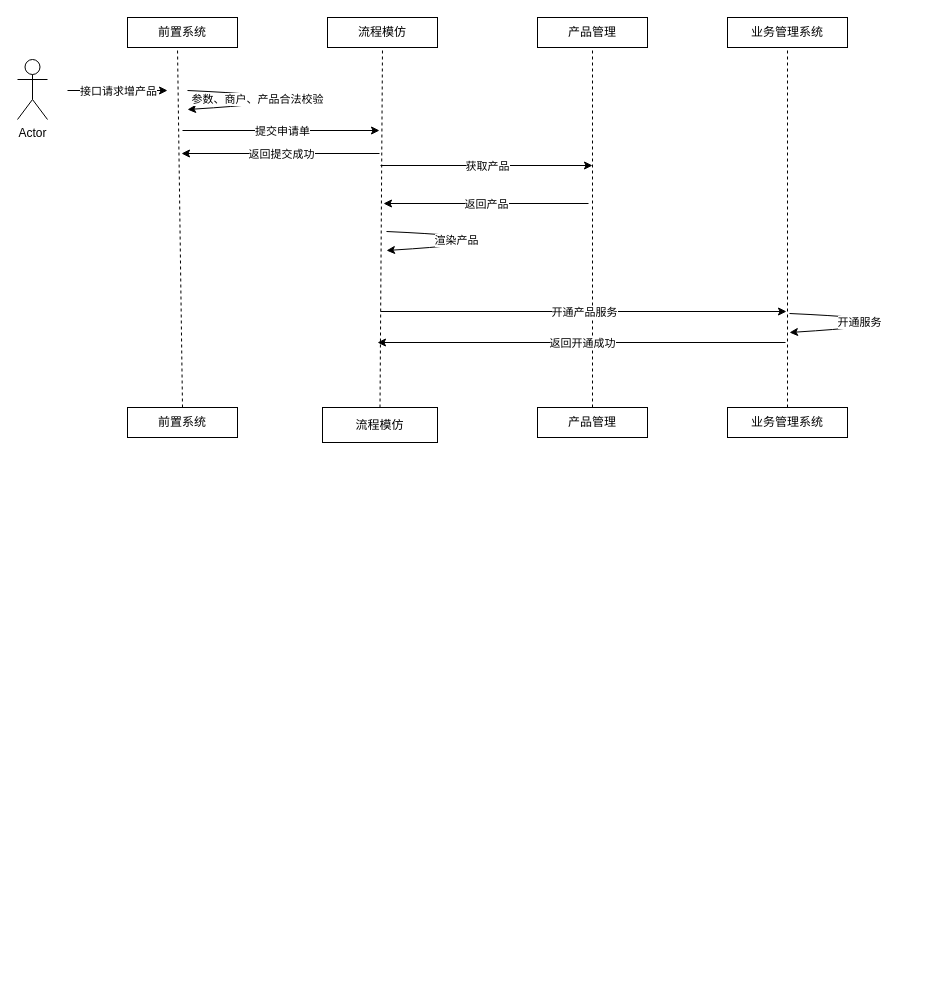
fengyong7723131/work keeps this draw.io diagram as page "时序图" (1 of 4) of 0类产品.drawio. Above is the earlier version. Source tidied: cells renumbered, new cells numbered last; positions are measured from the earlier drawing's top-left corner, leaving out a move shared by most shapes. Both pictures are drawn from the tidied source at 100%, with x=0, y=0 at pixel (17, 17).
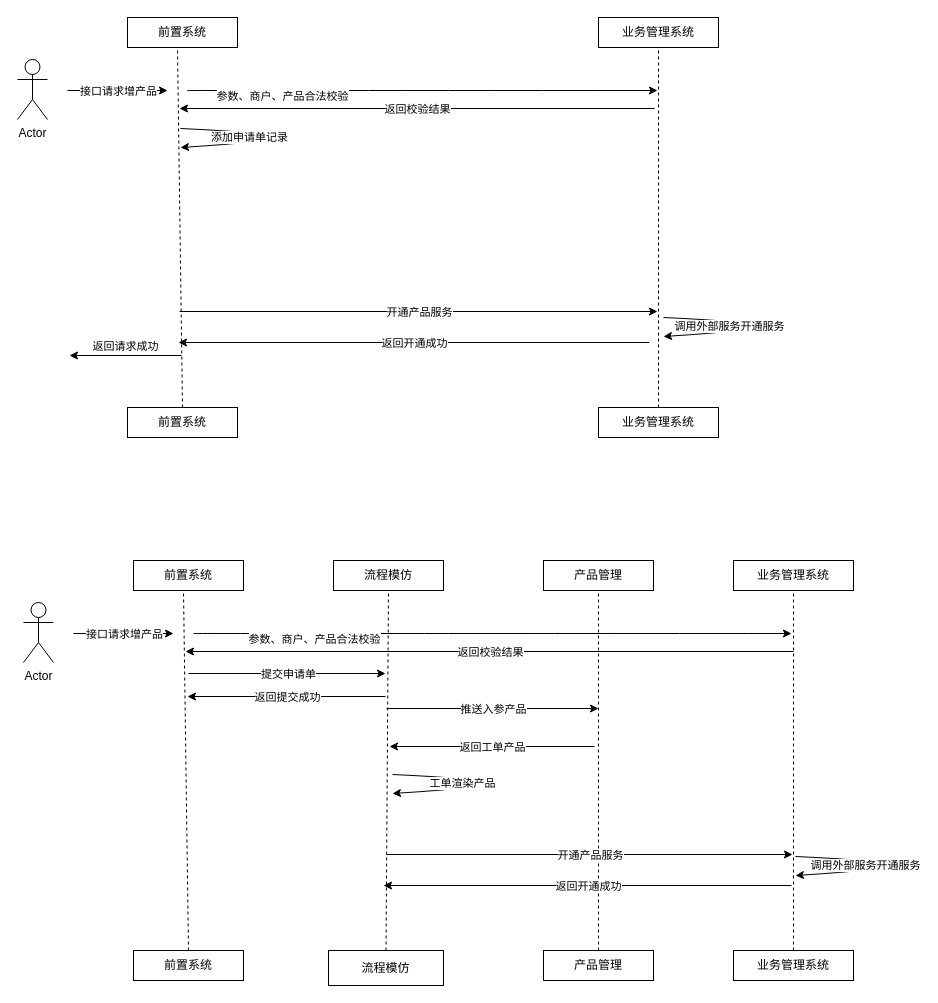
Above is the later version.

Commit message:
更新0类产品.drawio

What changed in the source:
```diff
@@
-    <mxCell id="2" value="流程模仿" style="rounded=0;whiteSpace=wrap;html=1;" parent="1" vertex="1">
-      <mxGeometry x="310" width="110" height="30" as="geometry" />
-    </mxCell>
-    <mxCell id="3" value="流程模仿" style="whiteSpace=wrap;html=1;rounded=0;" parent="1" vertex="1">
-      <mxGeometry x="305" y="390" width="115" height="35" as="geometry" />
-    </mxCell>
@@
-    <mxCell id="7" style="endArrow=none;dashed=1;html=1;entryX=0.5;entryY=1;entryDx=0;entryDy=0;exitX=0.5;exitY=0;exitDx=0;exitDy=0;" parent="1" edge="1" source="3" target="2">
-      <mxGeometry relative="1" as="geometry" />
-    </mxCell>
     <mxCell id="8" value="业务管理系统" style="rounded=0;whiteSpace=wrap;html=1;" parent="1" vertex="1">
-      <mxGeometry x="710" width="120" height="30" as="geometry" />
+      <mxGeometry x="581" width="120" height="30" as="geometry" />
     </mxCell>
     <mxCell id="9" value="业务管理系统" style="rounded=0;whiteSpace=wrap;html=1;" parent="1" vertex="1">
-      <mxGeometry x="710" y="390" width="120" height="30" as="geometry" />
+      <mxGeometry x="581" y="390" width="120" height="30" as="geometry" />
     </mxCell>
@@
-    <mxCell id="11" value="产品管理" style="rounded=0;whiteSpace=wrap;html=1;" parent="1" vertex="1">
-      <mxGeometry x="520" width="110" height="30" as="geometry" />
-    </mxCell>
-    <mxCell id="12" value="产品管理" style="rounded=0;whiteSpace=wrap;html=1;" parent="1" vertex="1">
-      <mxGeometry x="520" y="390" width="110" height="30" as="geometry" />
-    </mxCell>
-    <mxCell id="13" style="endArrow=none;dashed=1;html=1;entryX=0.5;entryY=1;entryDx=0;entryDy=0;" parent="1" edge="1" source="12" target="11">
-      <mxGeometry relative="1" as="geometry" />
-    </mxCell>
@@
     <mxCell id="17" style="curved=1;endArrow=classic;html=1;" parent="1" edge="1">
       <mxGeometry relative="1" as="geometry">
         <mxPoint x="170" y="73" as="sourcePoint" />
-        <mxPoint x="170" y="92" as="targetPoint" />
-        <Array as="points">
-          <mxPoint x="345" y="81" />
-        </Array>
+        <mxPoint x="640" y="73" as="targetPoint" />
       </mxGeometry>
     </mxCell>
@@
-    <mxCell id="19" style="endArrow=classic;html=1;" parent="1" edge="1">
-      <mxGeometry relative="1" as="geometry">
-        <mxPoint x="165" y="113" as="sourcePoint" />
-        <mxPoint x="362" y="113" as="targetPoint" />
-      </mxGeometry>
-    </mxCell>
-    <mxCell id="20" value="提交申请单" style="edgeLabel;html=1;align=center;verticalAlign=middle;" parent="19" vertex="1">
-      <mxGeometry relative="1" as="geometry" />
-    </mxCell>
-    <mxCell id="21" style="endArrow=classic;html=1;" parent="1" edge="1">
-      <mxGeometry relative="1" as="geometry">
-        <mxPoint x="363" y="148" as="sourcePoint" />
-        <mxPoint x="575" y="148" as="targetPoint" />
-      </mxGeometry>
-    </mxCell>
-    <mxCell id="22" value="获取产品" style="edgeLabel;html=1;align=center;verticalAlign=middle;" parent="21" vertex="1">
-      <mxGeometry relative="1" as="geometry" />
-    </mxCell>
-    <mxCell id="23" style="endArrow=classic;html=1;" parent="1" edge="1">
-      <mxGeometry relative="1" as="geometry">
-        <mxPoint x="571" y="186" as="sourcePoint" />
-        <mxPoint x="366" y="186" as="targetPoint" />
-      </mxGeometry>
-    </mxCell>
-    <mxCell id="24" value="返回产品" style="edgeLabel;html=1;align=center;verticalAlign=middle;" parent="23" vertex="1">
-      <mxGeometry relative="1" as="geometry" />
-    </mxCell>
     <mxCell id="25" style="curved=1;endArrow=classic;html=1;" parent="1" edge="1">
       <mxGeometry relative="1" as="geometry">
-        <mxPoint x="369" y="214" as="sourcePoint" />
-        <mxPoint x="369" y="233" as="targetPoint" />
+        <mxPoint x="163" y="111" as="sourcePoint" />
+        <mxPoint x="163" y="130" as="targetPoint" />
         <Array as="points">
-          <mxPoint x="544" y="222" />
+          <mxPoint x="338" y="119" />
         </Array>
       </mxGeometry>
     </mxCell>
-    <mxCell id="26" value="渲染产品" style="edgeLabel;html=1;align=center;verticalAlign=middle;" parent="25" vertex="1">
-      <mxGeometry x="-0.6" y="-5" relative="1" as="geometry" />
+    <mxCell id="26" value="添加申请单记录" style="edgeLabel;html=1;align=center;verticalAlign=middle;" parent="25" vertex="1">
+      <mxGeometry x="-0.6" y="-5" relative="1" as="geometry">
+        <mxPoint x="-0.7" as="offset" />
+      </mxGeometry>
     </mxCell>
     <mxCell id="27" style="endArrow=classic;html=1;" parent="1" edge="1">
       <mxGeometry relative="1" as="geometry">
-        <mxPoint x="363" y="294" as="sourcePoint" />
-        <mxPoint x="769" y="294" as="targetPoint" />
+        <mxPoint x="162" y="294" as="sourcePoint" />
+        <mxPoint x="640" y="294" as="targetPoint" />
       </mxGeometry>
     </mxCell>
@@
     <mxCell id="29" style="curved=1;endArrow=classic;html=1;" parent="1" edge="1">
       <mxGeometry relative="1" as="geometry">
-        <mxPoint x="772" y="296" as="sourcePoint" />
-        <mxPoint x="772" y="315" as="targetPoint" />
+        <mxPoint x="646" y="300" as="sourcePoint" />
+        <mxPoint x="646" y="319" as="targetPoint" />
         <Array as="points">
-          <mxPoint x="947" y="304" />
+          <mxPoint x="821" y="308" />
         </Array>
       </mxGeometry>
     </mxCell>
-    <mxCell id="30" value="开通服务" style="edgeLabel;html=1;align=center;verticalAlign=middle;" parent="29" vertex="1">
-      <mxGeometry x="-0.6" y="-5" relative="1" as="geometry" />
+    <mxCell id="30" value="调用外部服务开通服务" style="edgeLabel;html=1;align=center;verticalAlign=middle;" parent="29" vertex="1">
+      <mxGeometry x="-0.6" y="-5" relative="1" as="geometry">
+        <mxPoint x="-3.7" as="offset" />
+      </mxGeometry>
     </mxCell>
     <mxCell id="31" style="endArrow=classic;html=1;" parent="1" edge="1">
       <mxGeometry relative="1" as="geometry">
-        <mxPoint x="768" y="325" as="sourcePoint" />
-        <mxPoint x="360" y="325" as="targetPoint" />
+        <mxPoint x="632" y="325" as="sourcePoint" />
+        <mxPoint x="161" y="325" as="targetPoint" />
       </mxGeometry>
     </mxCell>
@@
-    <mxCell id="33" style="endArrow=classic;html=1;" parent="1" edge="1">
-      <mxGeometry relative="1" as="geometry">
-        <mxPoint x="362" y="136" as="sourcePoint" />
-        <mxPoint x="164" y="136" as="targetPoint" />
-      </mxGeometry>
-    </mxCell>
+    <mxCell id="35" style="endArrow=classic;html=1;" parent="1" edge="1">
+      <mxGeometry relative="1" as="geometry">
+        <mxPoint x="637" y="91" as="sourcePoint" />
+        <mxPoint x="162" y="91" as="targetPoint" />
+      </mxGeometry>
+    </mxCell>
+    <mxCell id="36" value="返回校验结果" style="edgeLabel;html=1;align=center;verticalAlign=middle;" parent="35" vertex="1">
+      <mxGeometry relative="1" as="geometry" />
+    </mxCell>
+    <mxCell id="2" value="流程模仿" style="rounded=0;whiteSpace=wrap;html=1;" parent="1" vertex="1">
+      <mxGeometry x="316" y="543" width="110" height="30" as="geometry" />
+    </mxCell>
+    <mxCell id="3" value="流程模仿" style="whiteSpace=wrap;html=1;rounded=0;" parent="1" vertex="1">
+      <mxGeometry x="311" y="933" width="115" height="35" as="geometry" />
+    </mxCell>
+    <mxCell id="37" value="前置系统" style="rounded=0;whiteSpace=wrap;html=1;" parent="1" vertex="1">
+      <mxGeometry x="116" y="543" width="110" height="30" as="geometry" />
+    </mxCell>
+    <mxCell id="38" value="前置系统" style="rounded=0;whiteSpace=wrap;html=1;" parent="1" vertex="1">
+      <mxGeometry x="116" y="933" width="110" height="30" as="geometry" />
+    </mxCell>
+    <mxCell id="39" style="endArrow=none;dashed=1;html=1;exitX=0.5;exitY=0;exitDx=0;exitDy=0;" parent="1" edge="1" source="38">
+      <mxGeometry relative="1" as="geometry">
+        <mxPoint x="166" y="573" as="targetPoint" />
+      </mxGeometry>
+    </mxCell>
+    <mxCell id="7" style="endArrow=none;dashed=1;html=1;entryX=0.5;entryY=1;entryDx=0;entryDy=0;exitX=0.5;exitY=0;exitDx=0;exitDy=0;" parent="1" edge="1" source="3" target="2">
+      <mxGeometry relative="1" as="geometry" />
+    </mxCell>
+    <mxCell id="40" value="业务管理系统" style="rounded=0;whiteSpace=wrap;html=1;" parent="1" vertex="1">
+      <mxGeometry x="716" y="543" width="120" height="30" as="geometry" />
+    </mxCell>
+    <mxCell id="41" value="业务管理系统" style="rounded=0;whiteSpace=wrap;html=1;" parent="1" vertex="1">
+      <mxGeometry x="716" y="933" width="120" height="30" as="geometry" />
+    </mxCell>
+    <mxCell id="42" style="endArrow=none;dashed=1;html=1;entryX=0.5;entryY=1;entryDx=0;entryDy=0;exitX=0.5;exitY=0;exitDx=0;exitDy=0;" parent="1" edge="1" source="41" target="40">
+      <mxGeometry relative="1" as="geometry" />
+    </mxCell>
+    <mxCell id="43" value="产品管理" style="rounded=0;whiteSpace=wrap;html=1;" parent="1" vertex="1">
+      <mxGeometry x="526" y="543" width="110" height="30" as="geometry" />
+    </mxCell>
+    <mxCell id="44" value="产品管理" style="rounded=0;whiteSpace=wrap;html=1;" parent="1" vertex="1">
+      <mxGeometry x="526" y="933" width="110" height="30" as="geometry" />
+    </mxCell>
+    <mxCell id="45" style="endArrow=none;dashed=1;html=1;entryX=0.5;entryY=1;entryDx=0;entryDy=0;" parent="1" edge="1" source="44" target="43">
+      <mxGeometry relative="1" as="geometry" />
+    </mxCell>
+    <mxCell id="46" value="Actor" style="shape=umlActor;verticalLabelPosition=bottom;verticalAlign=top;html=1;" parent="1" vertex="1">
+      <mxGeometry x="6" y="585" width="30" height="60" as="geometry" />
+    </mxCell>
+    <mxCell id="47" style="endArrow=classic;html=1;" parent="1" edge="1">
+      <mxGeometry relative="1" as="geometry">
+        <mxPoint x="56" y="616" as="sourcePoint" />
+        <mxPoint x="156" y="616" as="targetPoint" />
+      </mxGeometry>
+    </mxCell>
+    <mxCell id="48" value="接口请求增产品" style="edgeLabel;html=1;align=center;verticalAlign=middle;" parent="47" vertex="1">
+      <mxGeometry relative="1" as="geometry" />
+    </mxCell>
+    <mxCell id="49" style="curved=1;endArrow=classic;html=1;" parent="1" edge="1">
+      <mxGeometry relative="1" as="geometry">
+        <mxPoint x="176" y="616" as="sourcePoint" />
+        <mxPoint x="774" y="616" as="targetPoint" />
+      </mxGeometry>
+    </mxCell>
+    <mxCell id="50" value="参数、商户、产品合法校验" style="edgeLabel;html=1;align=center;verticalAlign=middle;" parent="49" vertex="1">
+      <mxGeometry x="-0.6" y="-5" relative="1" as="geometry" />
+    </mxCell>
+    <mxCell id="51" style="endArrow=classic;html=1;" parent="1" edge="1">
+      <mxGeometry relative="1" as="geometry">
+        <mxPoint x="171" y="656" as="sourcePoint" />
+        <mxPoint x="368" y="656" as="targetPoint" />
+      </mxGeometry>
+    </mxCell>
+    <mxCell id="20" value="提交申请单" style="edgeLabel;html=1;align=center;verticalAlign=middle;" parent="51" vertex="1">
+      <mxGeometry relative="1" as="geometry" />
+    </mxCell>
+    <mxCell id="52" style="endArrow=classic;html=1;" parent="1" edge="1">
+      <mxGeometry relative="1" as="geometry">
+        <mxPoint x="369" y="691" as="sourcePoint" />
+        <mxPoint x="581" y="691" as="targetPoint" />
+      </mxGeometry>
+    </mxCell>
+    <mxCell id="53" value="推送入参产品" style="edgeLabel;html=1;align=center;verticalAlign=middle;" parent="52" vertex="1">
+      <mxGeometry relative="1" as="geometry" />
+    </mxCell>
+    <mxCell id="54" style="endArrow=classic;html=1;" parent="1" edge="1">
+      <mxGeometry relative="1" as="geometry">
+        <mxPoint x="577" y="729" as="sourcePoint" />
+        <mxPoint x="372" y="729" as="targetPoint" />
+      </mxGeometry>
+    </mxCell>
+    <mxCell id="55" value="返回工单产品" style="edgeLabel;html=1;align=center;verticalAlign=middle;" parent="54" vertex="1">
+      <mxGeometry relative="1" as="geometry" />
+    </mxCell>
+    <mxCell id="56" style="curved=1;endArrow=classic;html=1;" parent="1" edge="1">
+      <mxGeometry relative="1" as="geometry">
+        <mxPoint x="375" y="757" as="sourcePoint" />
+        <mxPoint x="375" y="776" as="targetPoint" />
+        <Array as="points">
+          <mxPoint x="550" y="765" />
+        </Array>
+      </mxGeometry>
+    </mxCell>
+    <mxCell id="57" value="工单渲染产品" style="edgeLabel;html=1;align=center;verticalAlign=middle;" parent="56" vertex="1">
+      <mxGeometry x="-0.6" y="-5" relative="1" as="geometry" />
+    </mxCell>
+    <mxCell id="58" style="endArrow=classic;html=1;" parent="1" edge="1">
+      <mxGeometry relative="1" as="geometry">
+        <mxPoint x="369" y="837" as="sourcePoint" />
+        <mxPoint x="775" y="837" as="targetPoint" />
+      </mxGeometry>
+    </mxCell>
+    <mxCell id="59" value="开通产品服务" style="edgeLabel;html=1;align=center;verticalAlign=middle;" parent="58" vertex="1">
+      <mxGeometry relative="1" as="geometry" />
+    </mxCell>
+    <mxCell id="60" style="curved=1;endArrow=classic;html=1;" parent="1" edge="1">
+      <mxGeometry relative="1" as="geometry">
+        <mxPoint x="778" y="839" as="sourcePoint" />
+        <mxPoint x="778" y="858" as="targetPoint" />
+        <Array as="points">
+          <mxPoint x="953" y="847" />
+        </Array>
+      </mxGeometry>
+    </mxCell>
+    <mxCell id="61" value="调用外部服务开通服务" style="edgeLabel;html=1;align=center;verticalAlign=middle;" parent="60" vertex="1">
+      <mxGeometry x="-0.6" y="-5" relative="1" as="geometry" />
+    </mxCell>
+    <mxCell id="62" style="endArrow=classic;html=1;" parent="1" edge="1">
+      <mxGeometry relative="1" as="geometry">
+        <mxPoint x="774" y="868" as="sourcePoint" />
+        <mxPoint x="366" y="868" as="targetPoint" />
+      </mxGeometry>
+    </mxCell>
+    <mxCell id="63" value="返回开通成功" style="edgeLabel;html=1;align=center;verticalAlign=middle;" parent="62" vertex="1">
+      <mxGeometry relative="1" as="geometry" />
+    </mxCell>
+    <mxCell id="64" style="endArrow=classic;html=1;" parent="1" edge="1">
+      <mxGeometry relative="1" as="geometry">
+        <mxPoint x="368" y="679" as="sourcePoint" />
+        <mxPoint x="170" y="679" as="targetPoint" />
+      </mxGeometry>
+    </mxCell>
-    <mxCell id="34" value="返回提交成功" style="edgeLabel;html=1;align=center;verticalAlign=middle;" parent="33" vertex="1">
+    <mxCell id="34" value="返回提交成功" style="edgeLabel;html=1;align=center;verticalAlign=middle;" parent="64" vertex="1">
       <mxGeometry relative="1" as="geometry" />
     </mxCell>
+    <mxCell id="65" style="endArrow=classic;html=1;" parent="1" edge="1">
+      <mxGeometry relative="1" as="geometry">
+        <mxPoint x="776" y="634" as="sourcePoint" />
+        <mxPoint x="168" y="634" as="targetPoint" />
+      </mxGeometry>
+    </mxCell>
+    <mxCell id="66" value="返回校验结果" style="edgeLabel;html=1;align=center;verticalAlign=middle;" parent="65" vertex="1">
+      <mxGeometry relative="1" as="geometry" />
+    </mxCell>
+    <mxCell id="67" style="endArrow=classic;html=1;" parent="1" edge="1">
+      <mxGeometry relative="1" as="geometry">
+        <mxPoint x="164" y="338" as="sourcePoint" />
+        <mxPoint x="52" y="338" as="targetPoint" />
+      </mxGeometry>
+    </mxCell>
+    <mxCell id="68" value="返回请求成功" style="edgeLabel;html=1;align=center;verticalAlign=middle;" parent="67" vertex="1">
+      <mxGeometry relative="1" as="geometry">
+        <mxPoint x="-1" y="-10" as="offset" />
+      </mxGeometry>
+    </mxCell>
```
